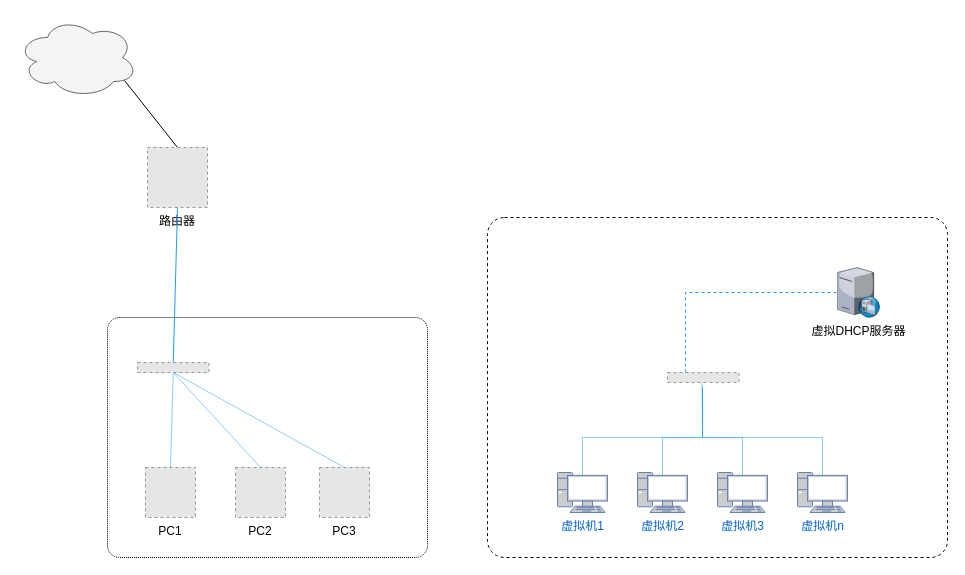
hezhuma/image-repo keeps this draw.io diagram as drawio/虚拟机网络原理—仅主机模式.drawio. Above is the earlier version. Source tidied: cells renumbered, new cells numbered last; positions are measured from the earlier drawing's top-left corner, leaving out a move shared by most shapes. Both pictures are drawn from the tidied source at 100%, with x=0, y=0 at pixel (17, 17). Pictures stored in the file or linked from it are replaced by grey dashed boxes.
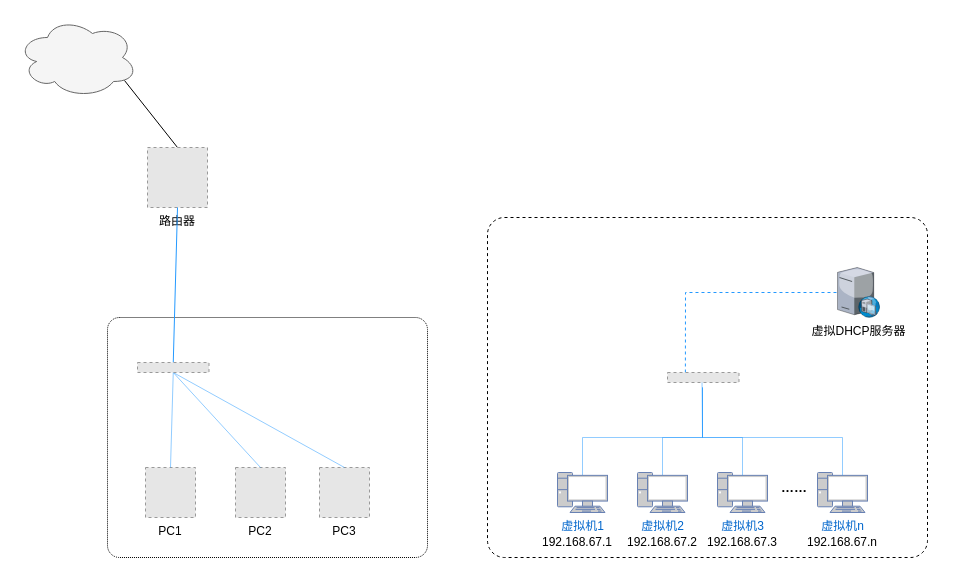
The same diagram, later.

Commit message (it also covers changes not shown here):
Update 虚拟机网络原理—仅主机模式.drawio

Unchanged cells that the change refers to:
```xml
<mxCell id="24" style="fillColor=#E6E6E6;strokeColor=#999999;dashed=1;verticalLabelPosition=bottom;labelBackgroundColor=default;verticalAlign=top;" parent="1" vertex="1">
  <mxGeometry x="650" y="355" width="71.5" height="10" as="geometry" />
</mxCell>
```

Change to the diagram source:
```diff
@@
     <mxCell id="5" style="rounded=1;whiteSpace=wrap;html=1;arcSize=5;strokeWidth=1;dashed=1;" parent="1" vertex="1">
-      <mxGeometry x="470" y="200" width="460" height="340" as="geometry" />
+      <mxGeometry x="470" y="200" width="440" height="340" as="geometry" />
     </mxCell>
@@
     <mxCell id="20" value="虚拟机n" style="fontColor=#0066CC;verticalAlign=top;verticalLabelPosition=bottom;labelPosition=center;align=center;html=1;outlineConnect=0;fillColor=#CCCCCC;strokeColor=#6881B3;gradientColor=none;gradientDirection=north;strokeWidth=2;shape=mxgraph.networks.pc;" parent="1" vertex="1">
-      <mxGeometry x="780" y="455" width="50" height="40" as="geometry" />
+      <mxGeometry x="800" y="455" width="50" height="40" as="geometry" />
     </mxCell>
@@
     <mxCell id="22" style="endArrow=none;html=1;rounded=0;strokeColor=#2499FF;entryX=0.483;entryY=0.851;entryDx=0;entryDy=0;exitX=0.5;exitY=0.07;exitDx=0;exitDy=0;exitPerimeter=0;strokeWidth=0.5;entryPerimeter=0;" parent="1" edge="1" source="20" target="24">
       <mxGeometry relative="1" as="geometry">
         <Array as="points">
-          <mxPoint x="805" y="420" />
+          <mxPoint x="825" y="420" />
           <mxPoint x="685" y="420" />
         </Array>
       </mxGeometry>
     </mxCell>
@@
+    <mxCell id="26" value="192.168.67.1" style="text;html=1;strokeColor=none;fillColor=none;align=center;verticalAlign=middle;whiteSpace=wrap;rounded=0;" parent="1" vertex="1">
+      <mxGeometry x="530" y="510" width="60" height="30" as="geometry" />
+    </mxCell>
+    <mxCell id="27" value="192.168.67.2" style="text;html=1;strokeColor=none;fillColor=none;align=center;verticalAlign=middle;whiteSpace=wrap;rounded=0;" parent="1" vertex="1">
+      <mxGeometry x="615" y="510" width="60" height="30" as="geometry" />
+    </mxCell>
+    <mxCell id="28" value="192.168.67.3" style="text;html=1;strokeColor=none;fillColor=none;align=center;verticalAlign=middle;whiteSpace=wrap;rounded=0;" parent="1" vertex="1">
+      <mxGeometry x="695" y="510" width="60" height="30" as="geometry" />
+    </mxCell>
+    <mxCell id="29" value="192.168.67.n" style="text;html=1;strokeColor=none;fillColor=none;align=center;verticalAlign=middle;whiteSpace=wrap;rounded=0;" parent="1" vertex="1">
+      <mxGeometry x="795" y="510" width="60" height="30" as="geometry" />
+    </mxCell>
+    <mxCell id="30" value="&lt;b&gt;&lt;font style=&quot;font-size: 13px;&quot;&gt;……&lt;/font&gt;&lt;/b&gt;" style="text;html=1;strokeColor=none;fillColor=none;align=center;verticalAlign=middle;whiteSpace=wrap;rounded=0;" parent="1" vertex="1">
+      <mxGeometry x="747" y="455" width="60" height="30" as="geometry" />
+    </mxCell>
```
